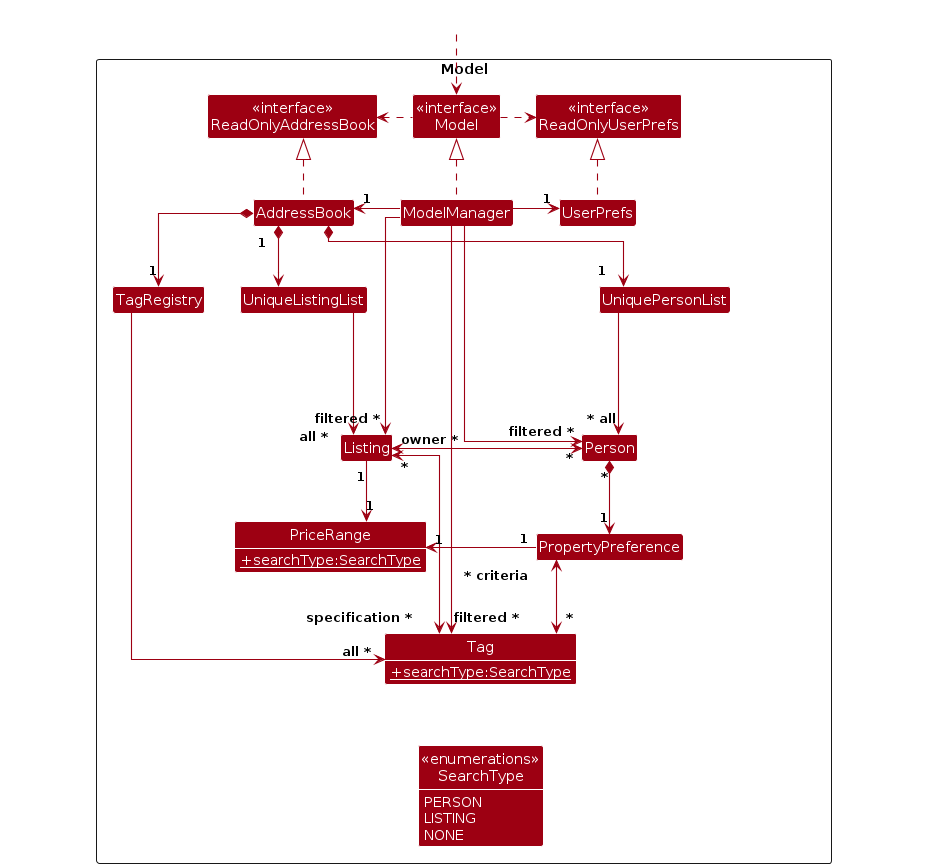
The PlantUML diagram diagrams/ModelClassDiagram.png in AY2425S2-CS2103-F08-3/tp, before a commit. Its source is kept beside it as diagrams/ModelClassDiagram.puml.
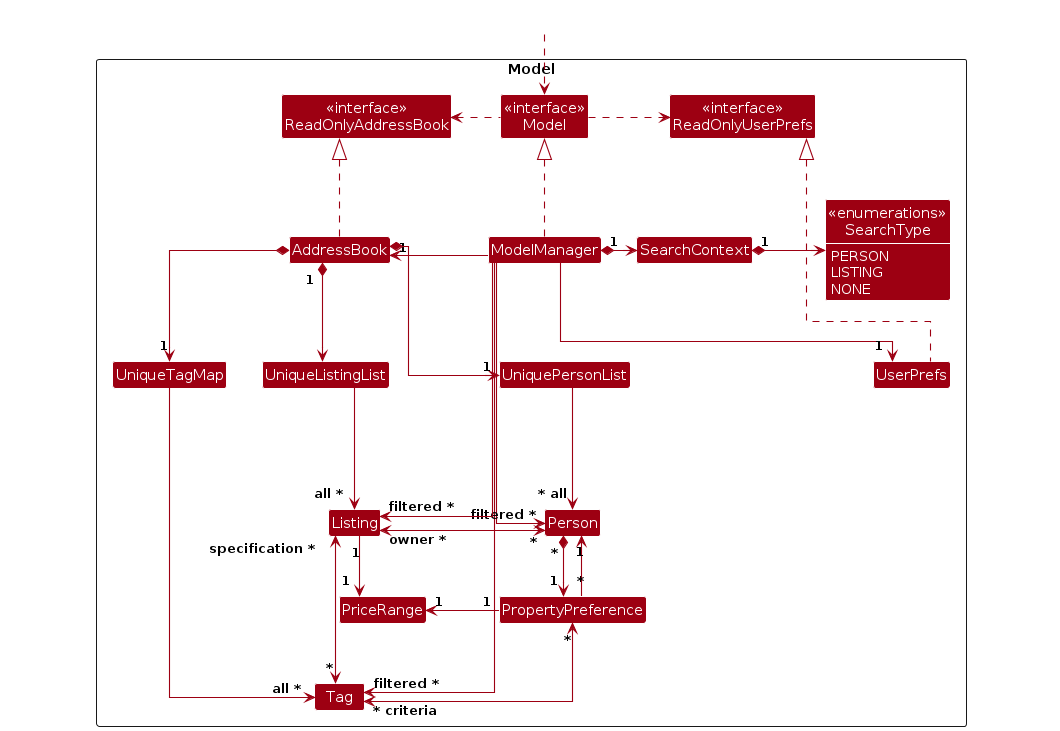
Above is the later version.

What changed in the source:
```diff
@@ -19,17 +19,14 @@
 Class Person
 Class PropertyPreference
 
-Class TagRegistry
-Class Tag {
-    {static} + searchType:SearchType
-}
+Class UniqueTagMap
+Class Tag
 
 Class UniqueListingList
 Class Listing
-Class PriceRange {
-     {static} + searchType:SearchType
-}
+Class PriceRange
 
+Class SearchContext
 Class "<<enumerations>>\nSearchType" as SearchType {
     PERSON
     LISTING
@@ -57,14 +54,15 @@
 
 AddressBook *--> "1" UniquePersonList
 AddressBook *--> "1" UniqueListingList
-AddressBook *--> "1" TagRegistry
+AddressBook *--> "1" UniqueTagMap
 
 UniquePersonList --> "~* all" Person
 Person "1" *-right-> "*" PropertyPreference
+PropertyPreference "*" -right-> "1" Person
 
 UniqueListingList ---> "all ~* " Listing
 
-TagRegistry ----> "all ~* " Tag
+UniqueTagMap ----> "all ~* " Tag
 
 Listing "~*" <-> "specification ~* " Tag
 Tag "~* criteria" <-up-> "~*" PropertyPreference
@@ -72,20 +70,23 @@
 Listing "1" -down-> "1" PriceRange
 PropertyPreference "1" -right-> "1" PriceRange
 
+SearchContext *-> "1" SearchType
+
 ModelManager ------> "filtered ~* " Tag
 ModelManager --> "filtered ~*" Person
 ModelManager --> "filtered ~*" Listing
+ModelManager *-> "1" SearchContext
 
-TagRegistry -[hidden]right-> UniquePersonList
+UniqueTagMap -[hidden]right-> UniquePersonList
 B -[hidden]up-> ModelManager
-UniquePersonList -[hidden]up-> EOutside
-TagRegistry -[hidden]up-> DOutside
+UniquePersonList -[hidden]up--> EOutside
+UniqueTagMap -[hidden]up-> DOutside
 UniqueListingList -[hidden]up->AddressBook
-UniquePersonList -[hidden]up-> ModelManager
-TagRegistry -[hidden]up-> ModelManager
+UniquePersonList -[hidden]left-> ModelManager
+UniqueTagMap -[hidden]up-> ModelManager
 Person -[hidden]up--> A
 C -[hidden]up-> Listing
 PriceRange -[hidden]left->C
-SearchType -[hidden]up-> Tag
+SearchContext -[hidden]down->UserPrefs
 
 @enduml
```
